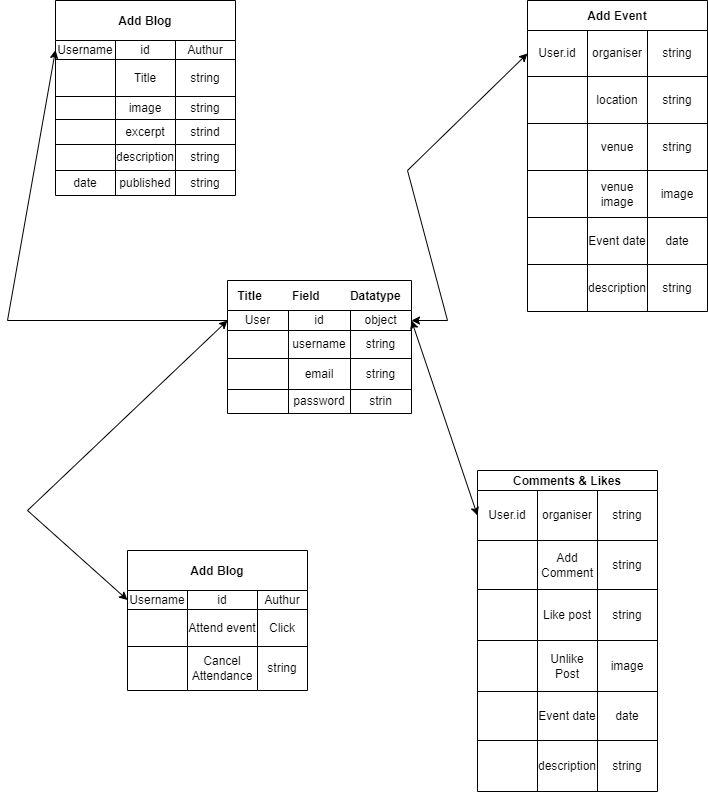
Earlier version of the draw.io export media/map-diagram.png (Roibeard-Ruadhan/alcohol-free-ireland). Source tidied: cells renumbered, new cells last; positions are measured from the earlier drawing's top-left corner, leaving out a move shared by most shapes.
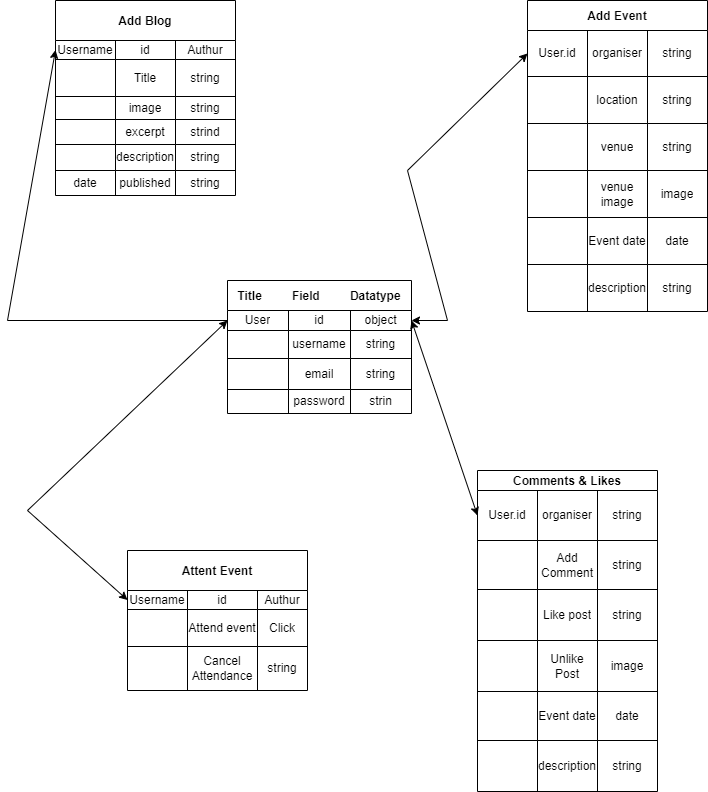
The same diagram one commit later.

Diff of the diagram source:
```diff
@@ -293,7 +293,7 @@
     <mxCell id="95" value="string" style="shape=partialRectangle;html=1;whiteSpace=wrap;fillColor=none;top=0;left=0;bottom=0;right=0;overflow=hidden;" parent="92" vertex="1">
       <mxGeometry x="120" width="60" height="51" as="geometry" />
     </mxCell>
-    <mxCell id="96" value="Add Blog" style="shape=table;startSize=40;fontStyle=1;align=center;" parent="1" vertex="1">
+    <mxCell id="96" value="Attent Event" style="shape=table;startSize=40;fontStyle=1;align=center;" parent="1" vertex="1">
       <mxGeometry x="120" y="550" width="180" height="140" as="geometry" />
     </mxCell>
     <mxCell id="97" style="shape=tableRow;horizontal=0;startSize=0;swimlaneHead=0;swimlaneBody=0;top=0;left=0;bottom=0;right=0;fillColor=none;points=[[0,0.5],[1,0.5]];portConstraint=eastwest;" parent="96" vertex="1">
```
